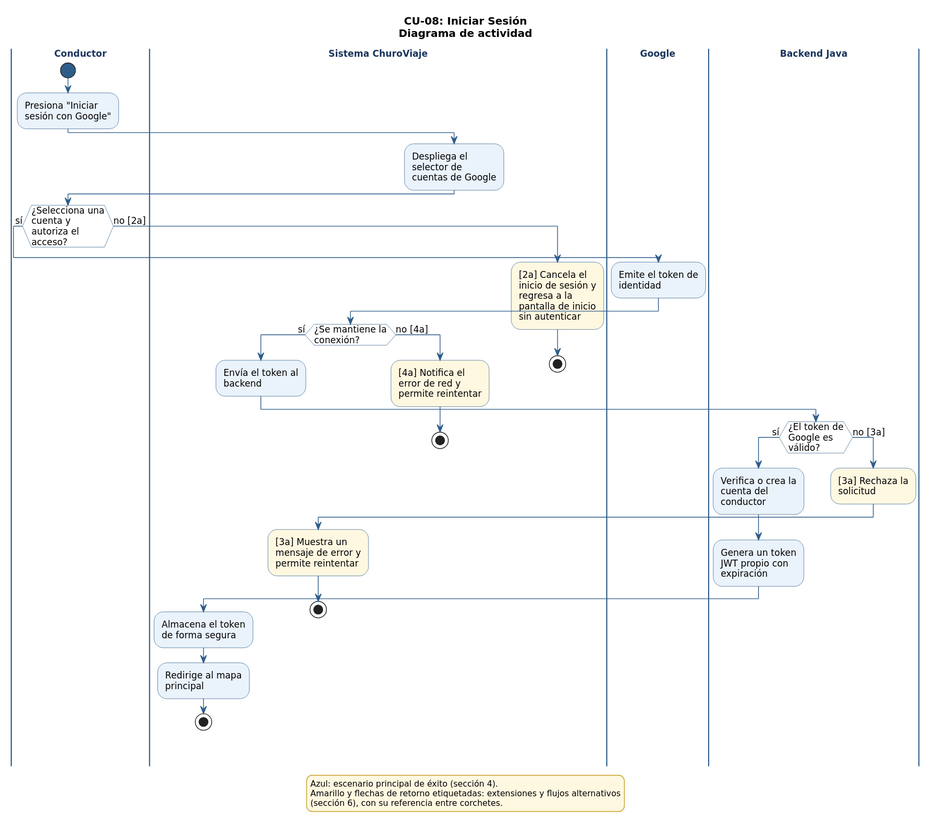
This is 03_des/01_Diagramas_de_comportamiento/CU-08_IniciarSesion.svg from uniWASD/ChuroViajeInterno, a PlantUML export, as it was before one commit.
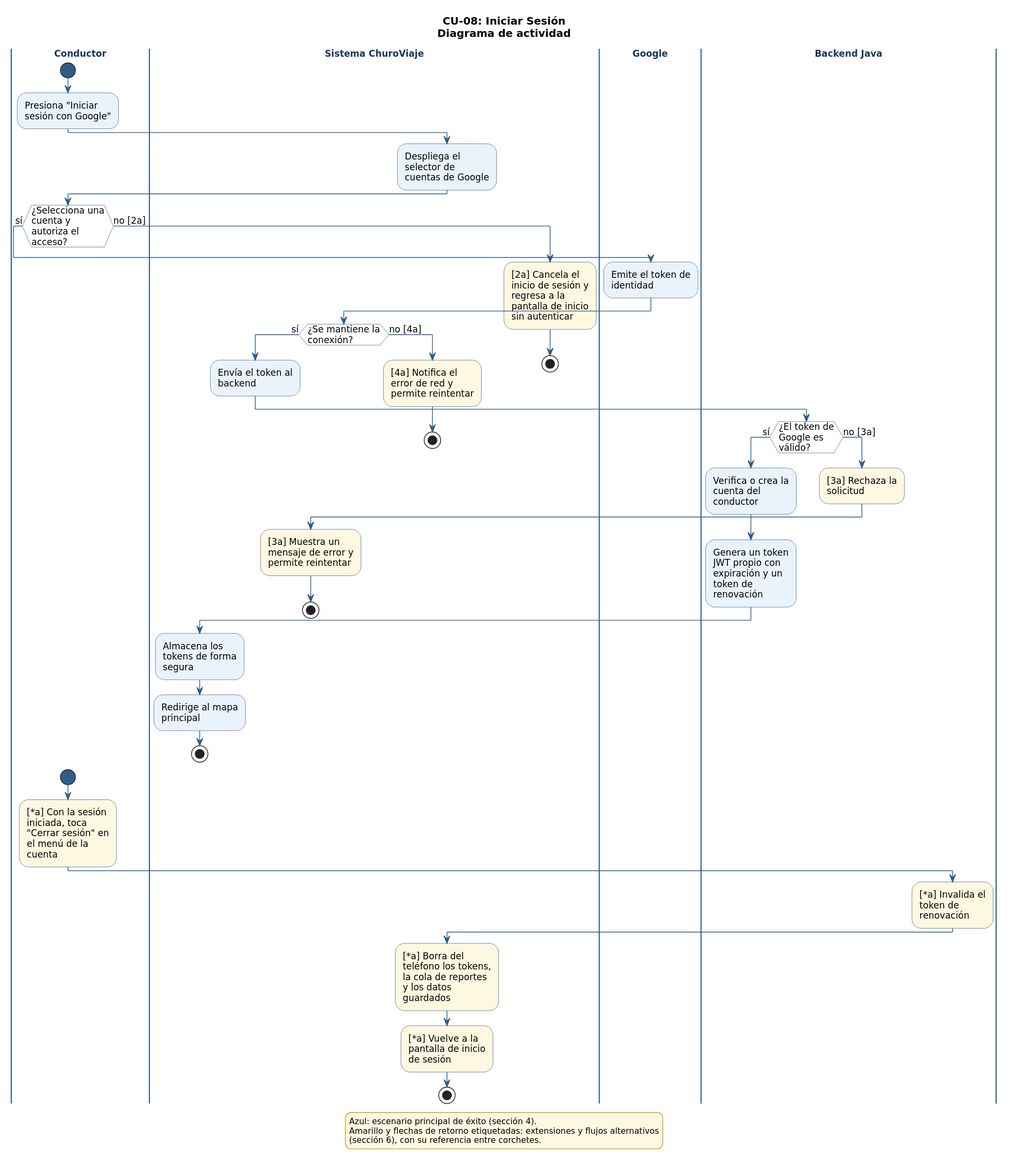
Above is the later version.

The edit, as a diff of the source:
```diff
@@ -50,10 +50,13 @@
 conductor;
       :Genera un token
 JWT propio con
-expiración;
+expiración y un
+token de
+renovación;
       |Sistema ChuroViaje|
-      :Almacena el token
-de forma segura;
+      :Almacena los
+tokens de forma
+segura;
       :Redirige al mapa
 principal;
       stop
@@ -84,6 +87,28 @@
   stop
 endif
 
+|Conductor|
+start
+#FFF8E1:[*a] Con la sesión
+iniciada, toca
+"Cerrar sesión" en
+el menú de la
+cuenta;
+|Backend Java|
+#FFF8E1:[*a] Invalida el
+token de
+renovación;
+|Sistema ChuroViaje|
+#FFF8E1:[*a] Borra del
+teléfono los tokens,
+la cola de reportes
+y los datos
+guardados;
+#FFF8E1:[*a] Vuelve a la
+pantalla de inicio
+de sesión;
+stop
+
 legend bottom
   Azul: escenario principal de éxito (sección 4).
   Amarillo y flechas de retorno etiquetadas: extensiones y flujos alternativos
```
